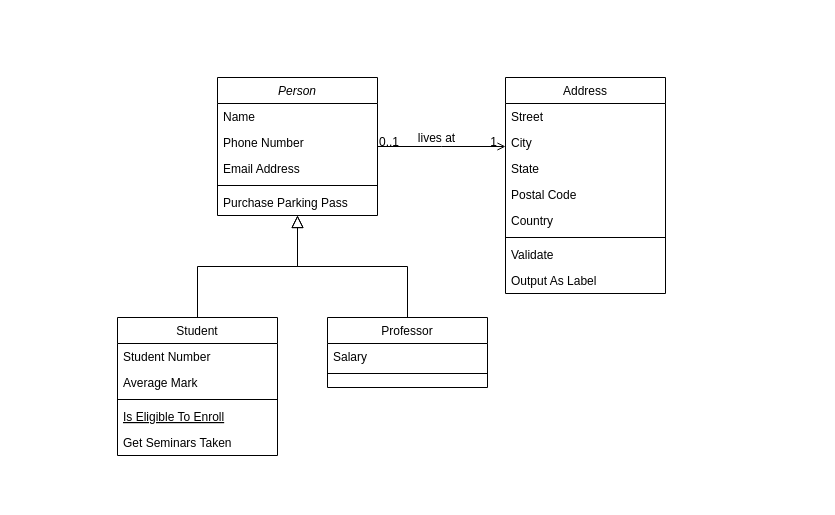
Before: Untitled Diagram.drawio in razashahid107/OOP-Project, a draw.io diagram. Source tidied: cells renumbered, new cells numbered last; positions are measured from the earlier drawing's top-left corner, leaving out a move shared by most shapes. Both pictures are drawn from the tidied source at 100%, with x=0, y=0 at pixel (117, 77).
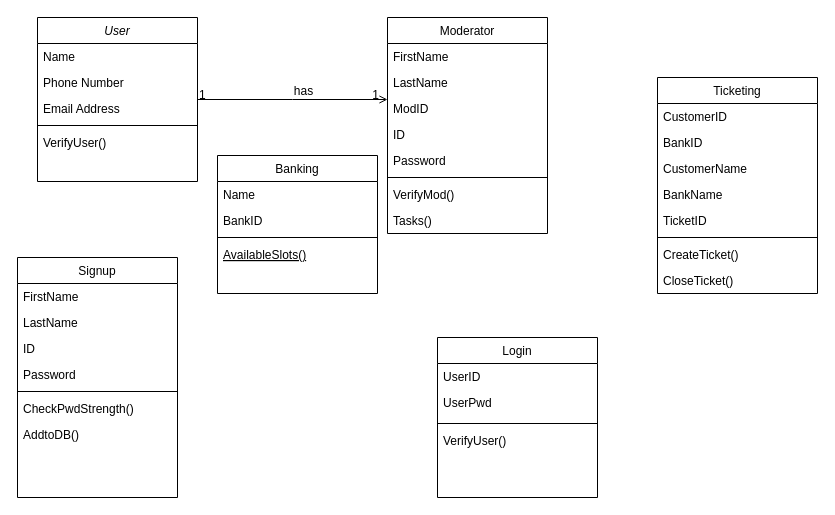
The same diagram, later.

The change refers to these unchanged cells:
```xml
<mxCell id="28" style="endArrow=open;shadow=0;strokeWidth=1;rounded=0;endFill=1;edgeStyle=elbowEdgeStyle;elbow=vertical;" parent="1" edge="1" source="2" target="19">
  <mxGeometry x="0.5" y="41" relative="1" as="geometry">
    <mxPoint x="-40" y="32" as="offset" />
  </mxGeometry>
</mxCell>
```

Change to the diagram source:
```diff
@@
-    <mxCell id="2" value="Person" style="swimlane;fontStyle=2;align=center;verticalAlign=top;horizontal=1;startSize=26;rounded=0;shadow=0;strokeWidth=1;" parent="1" vertex="1">
-      <mxGeometry x="100" width="160" height="138" as="geometry" />
+    <mxCell id="2" value="User" style="swimlane;fontStyle=2;align=center;verticalAlign=top;horizontal=1;startSize=26;rounded=0;shadow=0;strokeWidth=1;" parent="1" vertex="1">
+      <mxGeometry x="-80" y="-60" width="160" height="164" as="geometry" />
     </mxCell>
@@
-    <mxCell id="7" value="Purchase Parking Pass" style="text;align=left;verticalAlign=top;spacingLeft=4;spacingRight=4;overflow=hidden;" parent="2" vertex="1">
+    <mxCell id="7" value="VerifyUser()" style="text;align=left;verticalAlign=top;spacingLeft=4;spacingRight=4;overflow=hidden;" parent="2" vertex="1">
       <mxGeometry y="112" width="160" height="26" as="geometry" />
     </mxCell>
-    <mxCell id="8" value="Student" style="swimlane;fontStyle=0;align=center;verticalAlign=top;horizontal=1;startSize=26;rounded=0;shadow=0;strokeWidth=1;" parent="1" vertex="1">
-      <mxGeometry y="240" width="160" height="138" as="geometry" />
+    <mxCell id="8" value="Banking" style="swimlane;fontStyle=0;align=center;verticalAlign=top;horizontal=1;startSize=26;rounded=0;shadow=0;strokeWidth=1;" parent="1" vertex="1">
+      <mxGeometry x="100" y="78" width="160" height="138" as="geometry" />
     </mxCell>
-    <mxCell id="9" value="Student Number" style="text;align=left;verticalAlign=top;spacingLeft=4;spacingRight=4;overflow=hidden;" parent="8" vertex="1">
+    <mxCell id="9" value="Name" style="text;align=left;verticalAlign=top;spacingLeft=4;spacingRight=4;overflow=hidden;" parent="8" vertex="1">
       <mxGeometry y="26" width="160" height="26" as="geometry" />
     </mxCell>
-    <mxCell id="10" value="Average Mark" style="text;align=left;verticalAlign=top;spacingLeft=4;spacingRight=4;overflow=hidden;rounded=0;shadow=0;html=0;" parent="8" vertex="1">
+    <mxCell id="10" value="BankID" style="text;align=left;verticalAlign=top;spacingLeft=4;spacingRight=4;overflow=hidden;rounded=0;shadow=0;html=0;" parent="8" vertex="1">
       <mxGeometry y="52" width="160" height="26" as="geometry" />
     </mxCell>
@@
-    <mxCell id="12" value="Is Eligible To Enroll" style="text;align=left;verticalAlign=top;spacingLeft=4;spacingRight=4;overflow=hidden;fontStyle=4;" parent="8" vertex="1">
+    <mxCell id="12" value="AvailableSlots()" style="text;align=left;verticalAlign=top;spacingLeft=4;spacingRight=4;overflow=hidden;fontStyle=4;" parent="8" vertex="1">
       <mxGeometry y="86" width="160" height="26" as="geometry" />
     </mxCell>
-    <mxCell id="13" value="Get Seminars Taken" style="text;align=left;verticalAlign=top;spacingLeft=4;spacingRight=4;overflow=hidden;" parent="8" vertex="1">
-      <mxGeometry y="112" width="160" height="26" as="geometry" />
-    </mxCell>
-    <mxCell id="14" style="endArrow=block;endSize=10;endFill=0;shadow=0;strokeWidth=1;rounded=0;edgeStyle=elbowEdgeStyle;elbow=vertical;" parent="1" edge="1" source="8" target="2">
-      <mxGeometry relative="1" as="geometry" />
-    </mxCell>
-    <mxCell id="15" value="Professor" style="swimlane;fontStyle=0;align=center;verticalAlign=top;horizontal=1;startSize=26;rounded=0;shadow=0;strokeWidth=1;" parent="1" vertex="1">
-      <mxGeometry x="210" y="240" width="160" height="70" as="geometry" />
+    <mxCell id="15" value="Login" style="swimlane;fontStyle=0;align=center;verticalAlign=top;horizontal=1;startSize=26;rounded=0;shadow=0;strokeWidth=1;" parent="1" vertex="1">
+      <mxGeometry x="320" y="260" width="160" height="160" as="geometry" />
     </mxCell>
-    <mxCell id="16" value="Salary" style="text;align=left;verticalAlign=top;spacingLeft=4;spacingRight=4;overflow=hidden;" parent="15" vertex="1">
+    <mxCell id="16" value="UserID" style="text;align=left;verticalAlign=top;spacingLeft=4;spacingRight=4;overflow=hidden;" parent="15" vertex="1">
       <mxGeometry y="26" width="160" height="26" as="geometry" />
     </mxCell>
+    <mxCell id="32" value="UserPwd" style="text;align=left;verticalAlign=top;spacingLeft=4;spacingRight=4;overflow=hidden;" parent="15" vertex="1">
+      <mxGeometry y="52" width="160" height="30" as="geometry" />
+    </mxCell>
     <mxCell id="17" style="line;html=1;strokeWidth=1;align=left;verticalAlign=middle;spacingTop=-1;spacingLeft=3;spacingRight=3;labelPosition=right;" parent="15" vertex="1">
-      <mxGeometry y="52" width="160" height="8" as="geometry" />
+      <mxGeometry y="82" width="160" height="8" as="geometry" />
     </mxCell>
-    <mxCell id="18" style="endArrow=block;endSize=10;endFill=0;shadow=0;strokeWidth=1;rounded=0;edgeStyle=elbowEdgeStyle;elbow=vertical;" parent="1" edge="1" source="15" target="2">
-      <mxGeometry relative="1" as="geometry" />
-    </mxCell>
+    <mxCell id="33" value="VerifyUser()" style="text;align=left;verticalAlign=top;spacingLeft=4;spacingRight=4;overflow=hidden;" parent="15" vertex="1">
+      <mxGeometry y="90" width="160" height="26" as="geometry" />
+    </mxCell>
-    <mxCell id="19" value="Address" style="swimlane;fontStyle=0;align=center;verticalAlign=top;horizontal=1;startSize=26;rounded=0;shadow=0;strokeWidth=1;" parent="1" vertex="1">
-      <mxGeometry x="388" width="160" height="216" as="geometry" />
+    <mxCell id="19" value="Moderator" style="swimlane;fontStyle=0;align=center;verticalAlign=top;horizontal=1;startSize=26;rounded=0;shadow=0;strokeWidth=1;" parent="1" vertex="1">
+      <mxGeometry x="270" y="-60" width="160" height="216" as="geometry" />
     </mxCell>
-    <mxCell id="20" value="Street" style="text;align=left;verticalAlign=top;spacingLeft=4;spacingRight=4;overflow=hidden;" parent="19" vertex="1">
+    <mxCell id="20" value="FirstName" style="text;align=left;verticalAlign=top;spacingLeft=4;spacingRight=4;overflow=hidden;" parent="19" vertex="1">
       <mxGeometry y="26" width="160" height="26" as="geometry" />
     </mxCell>
-    <mxCell id="21" value="City" style="text;align=left;verticalAlign=top;spacingLeft=4;spacingRight=4;overflow=hidden;rounded=0;shadow=0;html=0;" parent="19" vertex="1">
+    <mxCell id="21" value="LastName" style="text;align=left;verticalAlign=top;spacingLeft=4;spacingRight=4;overflow=hidden;rounded=0;shadow=0;html=0;" parent="19" vertex="1">
       <mxGeometry y="52" width="160" height="26" as="geometry" />
     </mxCell>
-    <mxCell id="22" value="State" style="text;align=left;verticalAlign=top;spacingLeft=4;spacingRight=4;overflow=hidden;rounded=0;shadow=0;html=0;" parent="19" vertex="1">
+    <mxCell id="22" value="ModID" style="text;align=left;verticalAlign=top;spacingLeft=4;spacingRight=4;overflow=hidden;rounded=0;shadow=0;html=0;" parent="19" vertex="1">
       <mxGeometry y="78" width="160" height="26" as="geometry" />
     </mxCell>
-    <mxCell id="23" value="Postal Code" style="text;align=left;verticalAlign=top;spacingLeft=4;spacingRight=4;overflow=hidden;rounded=0;shadow=0;html=0;" parent="19" vertex="1">
+    <mxCell id="23" value="ID" style="text;align=left;verticalAlign=top;spacingLeft=4;spacingRight=4;overflow=hidden;rounded=0;shadow=0;html=0;" parent="19" vertex="1">
       <mxGeometry y="104" width="160" height="26" as="geometry" />
     </mxCell>
-    <mxCell id="24" value="Country" style="text;align=left;verticalAlign=top;spacingLeft=4;spacingRight=4;overflow=hidden;rounded=0;shadow=0;html=0;" parent="19" vertex="1">
+    <mxCell id="24" value="Password" style="text;align=left;verticalAlign=top;spacingLeft=4;spacingRight=4;overflow=hidden;rounded=0;shadow=0;html=0;" parent="19" vertex="1">
       <mxGeometry y="130" width="160" height="26" as="geometry" />
     </mxCell>
@@
-    <mxCell id="26" value="Validate" style="text;align=left;verticalAlign=top;spacingLeft=4;spacingRight=4;overflow=hidden;" parent="19" vertex="1">
+    <mxCell id="26" value="VerifyMod()" style="text;align=left;verticalAlign=top;spacingLeft=4;spacingRight=4;overflow=hidden;" parent="19" vertex="1">
       <mxGeometry y="164" width="160" height="26" as="geometry" />
     </mxCell>
-    <mxCell id="27" value="Output As Label" style="text;align=left;verticalAlign=top;spacingLeft=4;spacingRight=4;overflow=hidden;" parent="19" vertex="1">
+    <mxCell id="27" value="Tasks()" style="text;align=left;verticalAlign=top;spacingLeft=4;spacingRight=4;overflow=hidden;" parent="19" vertex="1">
       <mxGeometry y="190" width="160" height="26" as="geometry" />
     </mxCell>
@@
-    <mxCell id="29" value="0..1" style="align=left;verticalAlign=bottom;labelBackgroundColor=none;fontSize=12;" parent="28" vertex="1">
+    <mxCell id="29" value="1" style="align=left;verticalAlign=bottom;labelBackgroundColor=none;fontSize=12;" parent="28" vertex="1">
       <mxGeometry x="-1" relative="1" as="geometry">
         <mxPoint y="4" as="offset" />
       </mxGeometry>
     </mxCell>
@@
-    <mxCell id="31" value="lives at" style="text;html=1;align=center;verticalAlign=middle;labelBackgroundColor=none;rounded=0;shadow=0;strokeWidth=1;fontSize=12;" parent="28" vertex="1">
+    <mxCell id="31" value="has" style="text;html=1;align=center;verticalAlign=middle;labelBackgroundColor=none;rounded=0;shadow=0;strokeWidth=1;fontSize=12;" parent="28" vertex="1">
       <mxGeometry x="0.5" y="49" relative="1" as="geometry">
         <mxPoint x="-38" y="40" as="offset" />
       </mxGeometry>
     </mxCell>
+    <mxCell id="34" value="Signup" style="swimlane;fontStyle=0;align=center;verticalAlign=top;horizontal=1;startSize=26;rounded=0;shadow=0;strokeWidth=1;" parent="1" vertex="1">
+      <mxGeometry x="-100" y="180" width="160" height="240" as="geometry" />
+    </mxCell>
+    <mxCell id="35" value="FirstName" style="text;align=left;verticalAlign=top;spacingLeft=4;spacingRight=4;overflow=hidden;" parent="34" vertex="1">
+      <mxGeometry y="26" width="160" height="26" as="geometry" />
+    </mxCell>
+    <mxCell id="36" value="LastName" style="text;align=left;verticalAlign=top;spacingLeft=4;spacingRight=4;overflow=hidden;rounded=0;shadow=0;html=0;" parent="34" vertex="1">
+      <mxGeometry y="52" width="160" height="26" as="geometry" />
+    </mxCell>
+    <mxCell id="37" value="ID" style="text;align=left;verticalAlign=top;spacingLeft=4;spacingRight=4;overflow=hidden;" parent="34" vertex="1">
+      <mxGeometry y="78" width="160" height="26" as="geometry" />
+    </mxCell>
+    <mxCell id="38" value="Password" style="text;align=left;verticalAlign=top;spacingLeft=4;spacingRight=4;overflow=hidden;rounded=0;shadow=0;html=0;" parent="34" vertex="1">
+      <mxGeometry y="104" width="160" height="26" as="geometry" />
+    </mxCell>
+    <mxCell id="39" style="line;html=1;strokeWidth=1;align=left;verticalAlign=middle;spacingTop=-1;spacingLeft=3;spacingRight=3;labelPosition=right;" parent="34" vertex="1">
+      <mxGeometry y="130" width="160" height="8" as="geometry" />
+    </mxCell>
+    <mxCell id="40" value="CheckPwdStrength()" style="text;align=left;verticalAlign=top;spacingLeft=4;spacingRight=4;overflow=hidden;" parent="34" vertex="1">
+      <mxGeometry y="138" width="160" height="26" as="geometry" />
+    </mxCell>
+    <mxCell id="41" value="AddtoDB()" style="text;align=left;verticalAlign=top;spacingLeft=4;spacingRight=4;overflow=hidden;" parent="34" vertex="1">
+      <mxGeometry y="164" width="160" height="26" as="geometry" />
+    </mxCell>
+    <mxCell id="42" value="Ticketing" style="swimlane;fontStyle=0;align=center;verticalAlign=top;horizontal=1;startSize=26;rounded=0;shadow=0;strokeWidth=1;" parent="1" vertex="1">
+      <mxGeometry x="540" width="160" height="216" as="geometry" />
+    </mxCell>
+    <mxCell id="43" value="CustomerID" style="text;align=left;verticalAlign=top;spacingLeft=4;spacingRight=4;overflow=hidden;" parent="42" vertex="1">
+      <mxGeometry y="26" width="160" height="26" as="geometry" />
+    </mxCell>
+    <mxCell id="44" value="BankID" style="text;align=left;verticalAlign=top;spacingLeft=4;spacingRight=4;overflow=hidden;rounded=0;shadow=0;html=0;" parent="42" vertex="1">
+      <mxGeometry y="52" width="160" height="26" as="geometry" />
+    </mxCell>
+    <mxCell id="45" value="CustomerName" style="text;align=left;verticalAlign=top;spacingLeft=4;spacingRight=4;overflow=hidden;rounded=0;shadow=0;html=0;" parent="42" vertex="1">
+      <mxGeometry y="78" width="160" height="26" as="geometry" />
+    </mxCell>
+    <mxCell id="46" value="BankName    " style="text;align=left;verticalAlign=top;spacingLeft=4;spacingRight=4;overflow=hidden;rounded=0;shadow=0;html=0;" parent="42" vertex="1">
+      <mxGeometry y="104" width="160" height="26" as="geometry" />
+    </mxCell>
+    <mxCell id="47" value="TicketID" style="text;align=left;verticalAlign=top;spacingLeft=4;spacingRight=4;overflow=hidden;rounded=0;shadow=0;html=0;" parent="42" vertex="1">
+      <mxGeometry y="130" width="160" height="26" as="geometry" />
+    </mxCell>
+    <mxCell id="48" style="line;html=1;strokeWidth=1;align=left;verticalAlign=middle;spacingTop=-1;spacingLeft=3;spacingRight=3;labelPosition=right;" parent="42" vertex="1">
+      <mxGeometry y="156" width="160" height="8" as="geometry" />
+    </mxCell>
+    <mxCell id="49" value="CreateTicket()" style="text;align=left;verticalAlign=top;spacingLeft=4;spacingRight=4;overflow=hidden;" parent="42" vertex="1">
+      <mxGeometry y="164" width="160" height="26" as="geometry" />
+    </mxCell>
+    <mxCell id="50" value="CloseTicket()" style="text;align=left;verticalAlign=top;spacingLeft=4;spacingRight=4;overflow=hidden;" parent="42" vertex="1">
+      <mxGeometry y="190" width="160" height="26" as="geometry" />
+    </mxCell>
```
